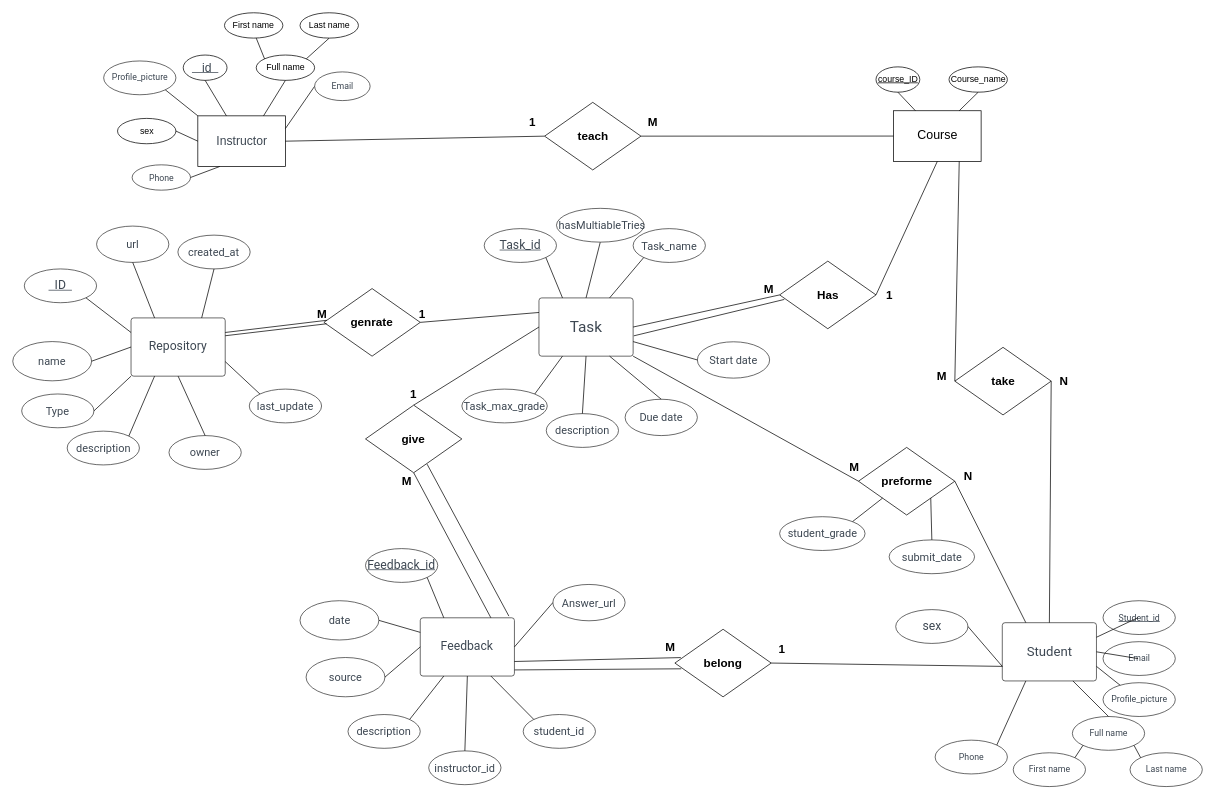
Above: page "Page-3" (3 of 3) of Untitled Diagram.drawio in Nawaf9529/project-diagrams-1 (draw.io), before the change. Source tidied: cells renumbered, new cells numbered last; positions are measured from the earlier drawing's top-left corner, leaving out a move shared by most shapes. Both pictures are drawn from the tidied source at 73%, with x=0, y=0 at pixel (12, 12).
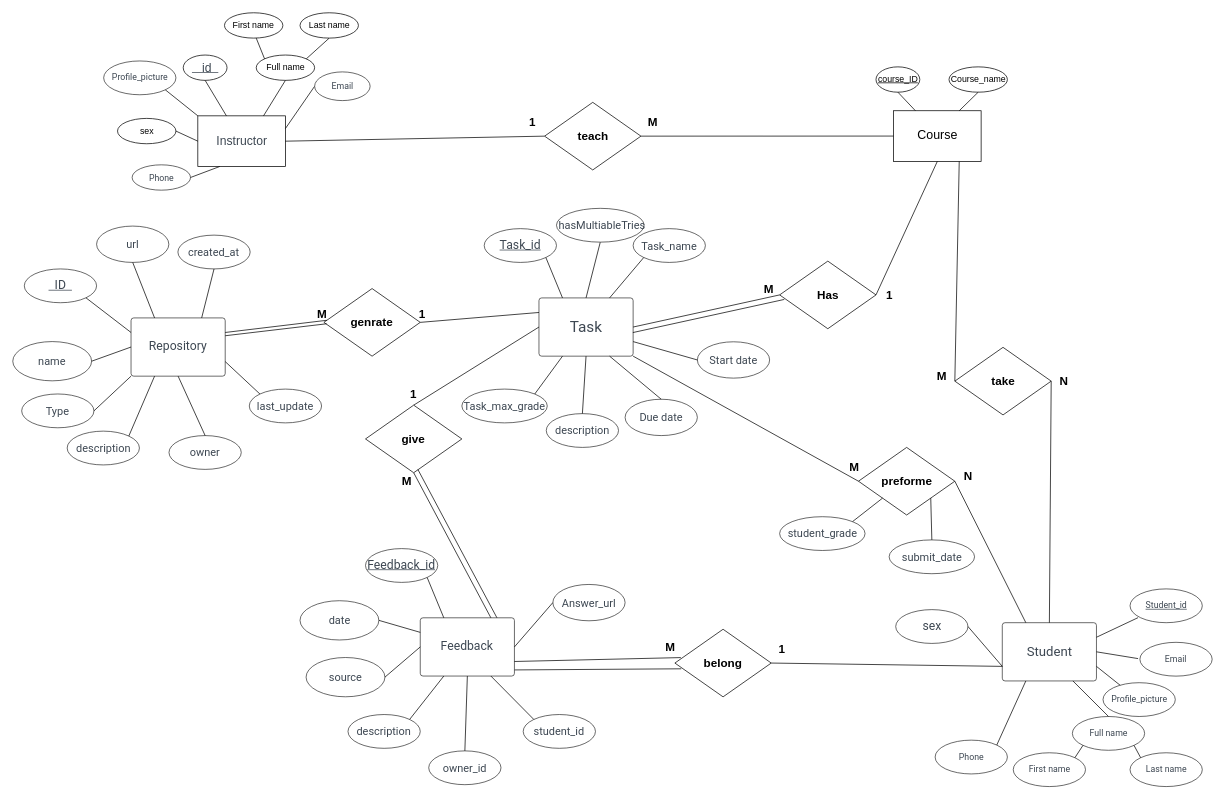
The same diagram, later.

Unchanged cells that the change refers to:
```xml
<mxCell id="2" style="group;" parent="1" vertex="1">
  <mxGeometry width="1629.5" height="1060" as="geometry" />
</mxCell>
<mxCell id="38" value="&lt;font style=&quot;font-size: 21px;&quot;&gt;Task&lt;/font&gt;" style="html=1;overflow=block;blockSpacing=1;whiteSpace=wrap;fontSize=16.7;fontFamily=Roboto;fontColor=#3d4752;align=center;spacing=3.8;strokeOpacity=100;fillOpacity=100;rounded=1;absoluteArcSize=1;arcSize=7.5;fillColor=#ffffff;strokeWidth=0.8;lucidId=z8JohozBBHBn;" parent="2" vertex="1">
  <mxGeometry x="720.8" y="390.6" width="129" height="79.8" as="geometry" />
</mxCell>
<mxCell id="51" value="Feedback" style="html=1;overflow=block;blockSpacing=1;whiteSpace=wrap;fontSize=16.7;fontFamily=Roboto;fontColor=#3d4752;align=center;spacing=3.8;strokeOpacity=100;fillOpacity=100;rounded=1;absoluteArcSize=1;arcSize=7.5;fillColor=#ffffff;strokeWidth=0.8;lucidId=z8JohozBBHBn;" parent="2" vertex="1">
  <mxGeometry x="558.2" y="828.8" width="129" height="79.8" as="geometry" />
</mxCell>
<mxCell id="66" value="&lt;font size=&quot;1&quot; style=&quot;&quot;&gt;&lt;b style=&quot;font-size: 16px;&quot;&gt;Has&lt;/b&gt;&lt;/font&gt;" style="rhombus;whiteSpace=wrap;html=1;" parent="2" vertex="1">
  <mxGeometry x="1050.5" y="340.2" width="132" height="92.6" as="geometry" />
</mxCell>
<mxCell id="79" value="&lt;font size=&quot;1&quot; style=&quot;&quot;&gt;&lt;b style=&quot;font-size: 16px;&quot;&gt;give&lt;/b&gt;&lt;/font&gt;" style="rhombus;whiteSpace=wrap;html=1;" parent="2" vertex="1">
  <mxGeometry x="483.2" y="537.5" width="132" height="92.6" as="geometry" />
</mxCell>
```

Change to the diagram source:
```diff
@@
     <mxCell id="22" value="Student_id" style="html=1;overflow=block;blockSpacing=1;whiteSpace=wrap;ellipse;fontSize=12;fontFamily=Roboto;fontColor=#3d4752;fontStyle=4;align=center;spacing=3.8;strokeOpacity=100;fillOpacity=100;rounded=1;absoluteArcSize=1;arcSize=7.5;fillColor=#ffffff;strokeWidth=0.8;lucidId=z8JoCJyMGK~t;" parent="2" vertex="1">
-      <mxGeometry x="1493.5" y="805.4" width="99" height="46.3" as="geometry" />
+      <mxGeometry x="1530.5" y="789.2" width="99" height="46.3" as="geometry" />
     </mxCell>
@@
     <mxCell id="24" value="Email" style="html=1;overflow=block;blockSpacing=1;whiteSpace=wrap;ellipse;fontSize=12;fontFamily=Roboto;fontColor=#3d4752;align=center;spacing=3.8;strokeOpacity=100;fillOpacity=100;rounded=1;absoluteArcSize=1;arcSize=7.5;fillColor=#ffffff;strokeWidth=0.8;lucidId=z8Jo22FM75JE;" parent="2" vertex="1">
-      <mxGeometry x="1493.5" y="861.5" width="99" height="46.3" as="geometry" />
+      <mxGeometry x="1544" y="862.4" width="99" height="46.3" as="geometry" />
     </mxCell>
@@
-    <mxCell id="80" style="endArrow=none;html=1;rounded=0;entryX=0.941;entryY=-0.029;entryDx=0;entryDy=0;exitX=0.639;exitY=0.873;exitDx=0;exitDy=0;exitPerimeter=0;entryPerimeter=0;" parent="2" edge="1" source="79" target="51">
+    <mxCell id="80" style="endArrow=none;html=1;rounded=0;exitX=0.544;exitY=0.953;exitDx=0;exitDy=0;exitPerimeter=0;entryX=0.814;entryY=-0.001;entryDx=0;entryDy=0;entryPerimeter=0;" parent="2" edge="1" source="79" target="51">
       <mxGeometry relative="1" as="geometry" />
     </mxCell>
-    <mxCell id="81" style="endArrow=none;html=1;rounded=0;exitX=0.048;exitY=0.567;exitDx=0;exitDy=0;exitPerimeter=0;entryX=1.007;entryY=0.651;entryDx=0;entryDy=0;entryPerimeter=0;" parent="2" edge="1" source="66" target="38">
+    <mxCell id="81" style="endArrow=none;html=1;rounded=0;exitX=0.048;exitY=0.567;exitDx=0;exitDy=0;exitPerimeter=0;entryX=0.997;entryY=0.595;entryDx=0;entryDy=0;entryPerimeter=0;" parent="2" edge="1" source="66" target="38">
       <mxGeometry relative="1" as="geometry" />
     </mxCell>
@@
-    <mxCell id="106" value="instructor_id" style="html=1;overflow=block;blockSpacing=1;whiteSpace=wrap;ellipse;fontSize=15;fontFamily=Roboto;fontColor=#3d4752;align=center;spacing=3.8;strokeOpacity=100;fillOpacity=100;rounded=1;absoluteArcSize=1;arcSize=7.5;fillColor=#ffffff;strokeWidth=0.8;lucidId=z8JoMihmaZ54;" parent="2" vertex="1">
+    <mxCell id="106" value="owner_id" style="html=1;overflow=block;blockSpacing=1;whiteSpace=wrap;ellipse;fontSize=15;fontFamily=Roboto;fontColor=#3d4752;align=center;spacing=3.8;strokeOpacity=100;fillOpacity=100;rounded=1;absoluteArcSize=1;arcSize=7.5;fillColor=#ffffff;strokeWidth=0.8;lucidId=z8JoMihmaZ54;" parent="2" vertex="1">
       <mxGeometry x="569.8" y="1011.1" width="99" height="46.3" as="geometry" />
     </mxCell>
```
